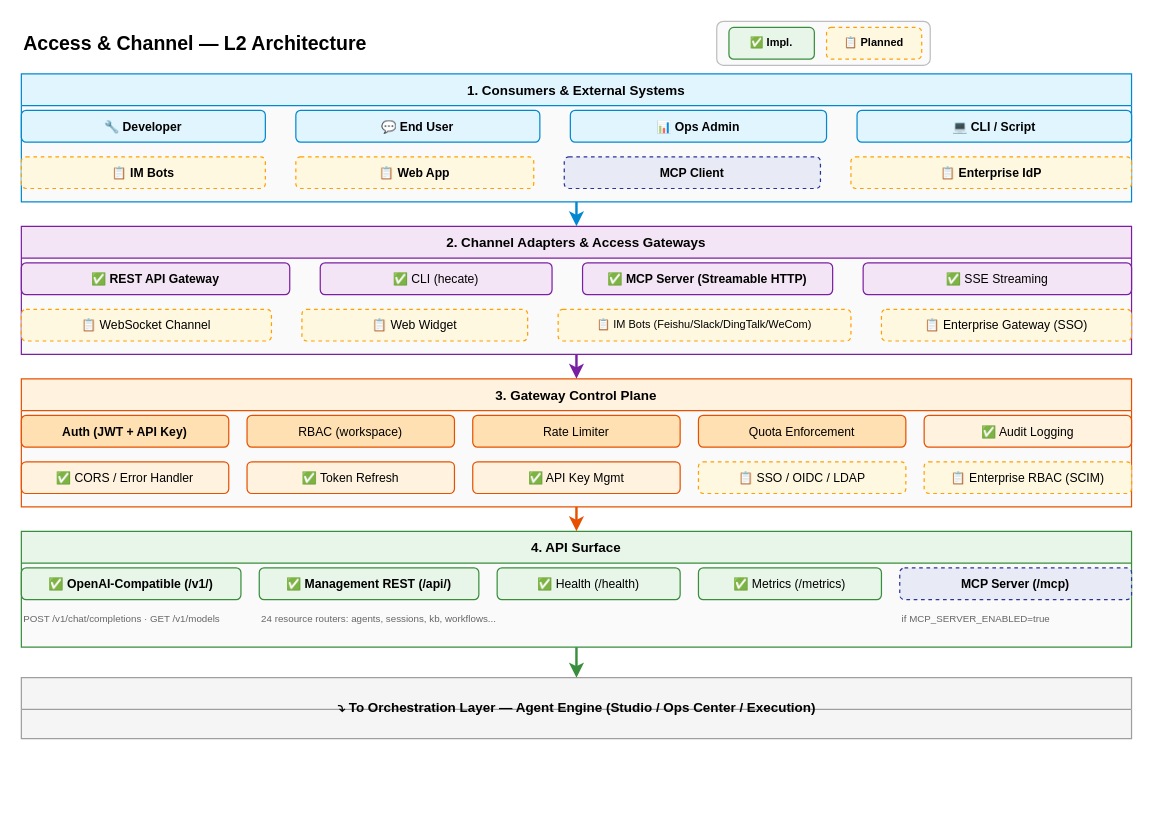
xueyufish/hecate keeps this draw.io diagram as docs/design/hardware/access-channel-l2.drawio. Above is the earlier version. Source tidied: cells renumbered, new cells numbered last; positions are measured from the earlier drawing's top-left corner, leaving out a move shared by most shapes. Both pictures are drawn from the tidied source at 122%, with x=0, y=0 at pixel (21, 21).
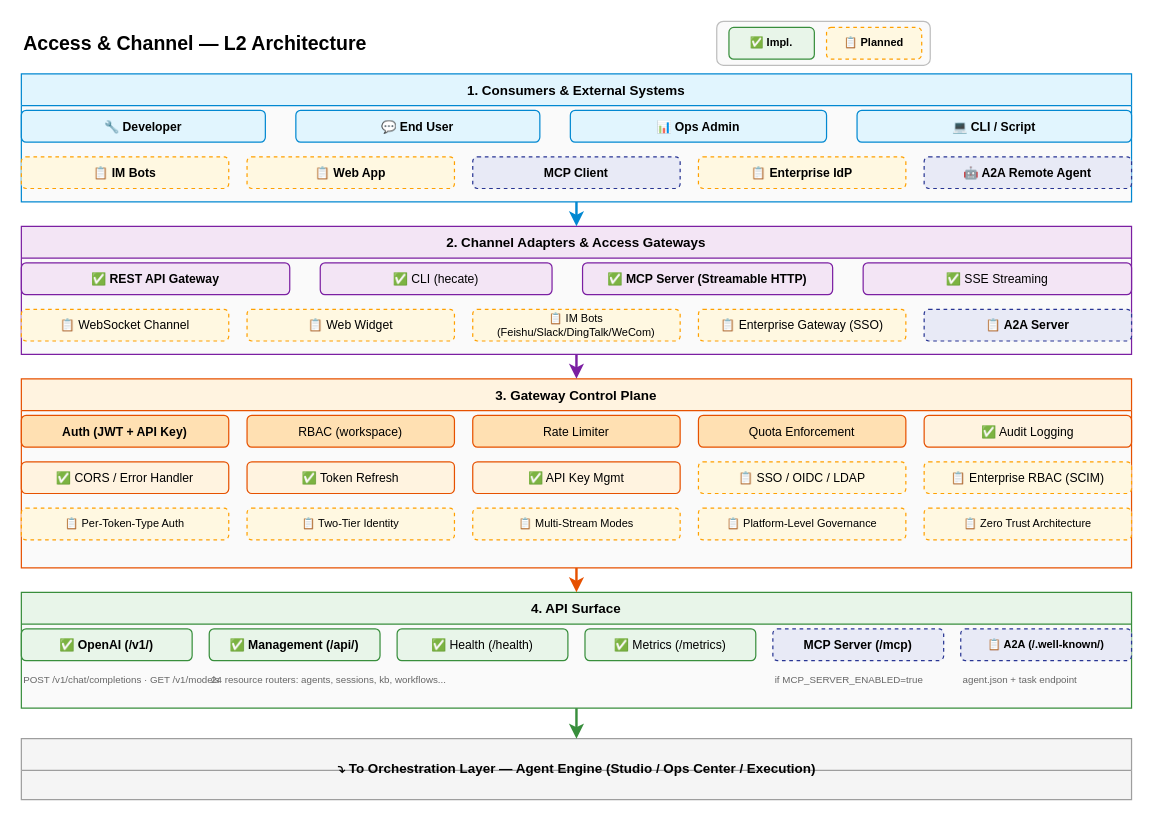
The same diagram, later.

Unchanged cells that the change refers to:
```xml
<mxCell id="6" value="1. Consumers &amp; External Systems" style="swimlane;startSize=26;fillColor=#E1F5FE;strokeColor=#0288D1;fontSize=11;fontStyle=1;swimlaneFillColor=#FAFAFA;" parent="1" vertex="1">
  <mxGeometry y="43" width="910" height="105" as="geometry" />
</mxCell>
<mxCell id="15" value="2. Channel Adapters &amp; Access Gateways" style="swimlane;startSize=26;fillColor=#F3E5F5;strokeColor=#7B1FA2;fontSize=11;fontStyle=1;swimlaneFillColor=#FAFAFA;" parent="1" vertex="1">
  <mxGeometry y="168" width="910" height="105" as="geometry" />
</mxCell>
```

Change to the diagram source:
```diff
@@
     <mxCell id="11" value="📋 IM Bots" style="rounded=1;whiteSpace=wrap;html=1;fillColor=#FFF8E1;strokeColor=#FFA000;fontSize=10;fontStyle=1;dashed=1;" parent="6" vertex="1">
-      <mxGeometry y="68" width="200" height="26" as="geometry" />
+      <mxGeometry y="68" width="170" height="26" as="geometry" />
     </mxCell>
     <mxCell id="12" value="📋 Web App" style="rounded=1;whiteSpace=wrap;html=1;fillColor=#FFF8E1;strokeColor=#FFA000;fontSize=10;fontStyle=1;dashed=1;" parent="6" vertex="1">
-      <mxGeometry x="225" y="68" width="195" height="26" as="geometry" />
+      <mxGeometry x="185" y="68" width="170" height="26" as="geometry" />
     </mxCell>
     <mxCell id="13" value="MCP Client" style="rounded=1;whiteSpace=wrap;html=1;fillColor=#E8EAF6;strokeColor=#283593;fontSize=10;fontStyle=1;dashed=1;" parent="6" vertex="1">
-      <mxGeometry x="445" y="68" width="210" height="26" as="geometry" />
+      <mxGeometry x="370" y="68" width="170" height="26" as="geometry" />
     </mxCell>
     <mxCell id="14" value="📋 Enterprise IdP" style="rounded=1;whiteSpace=wrap;html=1;fillColor=#FFF8E1;strokeColor=#FFA000;fontSize=10;fontStyle=1;dashed=1;" parent="6" vertex="1">
-      <mxGeometry x="680" y="68" width="230" height="26" as="geometry" />
+      <mxGeometry x="555" y="68" width="170" height="26" as="geometry" />
     </mxCell>
+    <mxCell id="50" value="🤖 A2A Remote Agent" style="rounded=1;whiteSpace=wrap;html=1;fillColor=#E8EAF6;strokeColor=#283593;fontSize=10;fontStyle=1;dashed=1;" parent="6" vertex="1">
+      <mxGeometry x="740" y="68" width="170" height="26" as="geometry" />
+    </mxCell>
@@
     <mxCell id="20" value="📋 WebSocket Channel" style="rounded=1;whiteSpace=wrap;html=1;fillColor=#FFF8E1;strokeColor=#FFA000;fontSize=10;dashed=1;" parent="15" vertex="1">
-      <mxGeometry y="68" width="205" height="26" as="geometry" />
+      <mxGeometry y="68" width="170" height="26" as="geometry" />
     </mxCell>
     <mxCell id="21" value="📋 Web Widget" style="rounded=1;whiteSpace=wrap;html=1;fillColor=#FFF8E1;strokeColor=#FFA000;fontSize=10;dashed=1;" parent="15" vertex="1">
-      <mxGeometry x="230" y="68" width="185" height="26" as="geometry" />
+      <mxGeometry x="185" y="68" width="170" height="26" as="geometry" />
     </mxCell>
     <mxCell id="22" value="📋 IM Bots (Feishu/Slack/DingTalk/WeCom)" style="rounded=1;whiteSpace=wrap;html=1;fillColor=#FFF8E1;strokeColor=#FFA000;fontSize=9;dashed=1;" parent="15" vertex="1">
-      <mxGeometry x="440" y="68" width="240" height="26" as="geometry" />
+      <mxGeometry x="370" y="68" width="170" height="26" as="geometry" />
     </mxCell>
     <mxCell id="23" value="📋 Enterprise Gateway (SSO)" style="rounded=1;whiteSpace=wrap;html=1;fillColor=#FFF8E1;strokeColor=#FFA000;fontSize=10;dashed=1;" parent="15" vertex="1">
-      <mxGeometry x="705" y="68" width="205" height="26" as="geometry" />
+      <mxGeometry x="555" y="68" width="170" height="26" as="geometry" />
     </mxCell>
+    <mxCell id="51" value="📋 A2A Server" style="rounded=1;whiteSpace=wrap;html=1;fillColor=#E8EAF6;strokeColor=#283593;fontSize=10;fontStyle=1;dashed=1;" parent="15" vertex="1">
+      <mxGeometry x="740" y="68" width="170" height="26" as="geometry" />
+    </mxCell>
     <mxCell id="24" value="3. Gateway Control Plane" style="swimlane;startSize=26;fillColor=#FFF3E0;strokeColor=#E65100;fontSize=11;fontStyle=1;swimlaneFillColor=#FAFAFA;" parent="1" vertex="1">
-      <mxGeometry y="293" width="910" height="105" as="geometry" />
+      <mxGeometry y="293" width="910" height="155" as="geometry" />
     </mxCell>
@@
+    <mxCell id="52" value="📋 Per-Token-Type Auth" style="rounded=1;whiteSpace=wrap;html=1;fillColor=#FFF8E1;strokeColor=#FFA000;fontSize=9;dashed=1;" parent="24" vertex="1">
+      <mxGeometry y="106" width="170" height="26" as="geometry" />
+    </mxCell>
+    <mxCell id="53" value="📋 Two-Tier Identity" style="rounded=1;whiteSpace=wrap;html=1;fillColor=#FFF8E1;strokeColor=#FFA000;fontSize=9;dashed=1;" parent="24" vertex="1">
+      <mxGeometry x="185" y="106" width="170" height="26" as="geometry" />
+    </mxCell>
+    <mxCell id="54" value="📋 Multi-Stream Modes" style="rounded=1;whiteSpace=wrap;html=1;fillColor=#FFF8E1;strokeColor=#FFA000;fontSize=9;dashed=1;" parent="24" vertex="1">
+      <mxGeometry x="370" y="106" width="170" height="26" as="geometry" />
+    </mxCell>
+    <mxCell id="55" value="📋 Platform-Level Governance" style="rounded=1;whiteSpace=wrap;html=1;fillColor=#FFF8E1;strokeColor=#FFA000;fontSize=9;dashed=1;" parent="24" vertex="1">
+      <mxGeometry x="555" y="106" width="170" height="26" as="geometry" />
+    </mxCell>
+    <mxCell id="56" value="📋 Zero Trust Architecture" style="rounded=1;whiteSpace=wrap;html=1;fillColor=#FFF8E1;strokeColor=#FFA000;fontSize=9;dashed=1;" parent="24" vertex="1">
+      <mxGeometry x="740" y="106" width="170" height="26" as="geometry" />
+    </mxCell>
     <mxCell id="35" value="4. API Surface" style="swimlane;startSize=26;fillColor=#E8F5E9;strokeColor=#388E3C;fontSize=11;fontStyle=1;swimlaneFillColor=#FAFAFA;" parent="1" vertex="1">
-      <mxGeometry y="418" width="910" height="95" as="geometry" />
+      <mxGeometry y="468" width="910" height="95" as="geometry" />
     </mxCell>
-    <mxCell id="36" value="✅ OpenAI-Compatible (/v1/)" style="rounded=1;whiteSpace=wrap;html=1;fillColor=#E8F5E9;strokeColor=#388E3C;fontSize=10;fontStyle=1;" parent="35" vertex="1">
-      <mxGeometry y="30" width="180" height="26" as="geometry" />
+    <mxCell id="36" value="✅ OpenAI (/v1/)" style="rounded=1;whiteSpace=wrap;html=1;fillColor=#E8F5E9;strokeColor=#388E3C;fontSize=10;fontStyle=1;" parent="35" vertex="1">
+      <mxGeometry y="30" width="140" height="26" as="geometry" />
     </mxCell>
-    <mxCell id="37" value="✅ Management REST (/api/)" style="rounded=1;whiteSpace=wrap;html=1;fillColor=#E8F5E9;strokeColor=#388E3C;fontSize=10;fontStyle=1;" parent="35" vertex="1">
-      <mxGeometry x="195" y="30" width="180" height="26" as="geometry" />
+    <mxCell id="37" value="✅ Management (/api/)" style="rounded=1;whiteSpace=wrap;html=1;fillColor=#E8F5E9;strokeColor=#388E3C;fontSize=10;fontStyle=1;" parent="35" vertex="1">
+      <mxGeometry x="154" y="30" width="140" height="26" as="geometry" />
     </mxCell>
     <mxCell id="38" value="✅ Health (/health)" style="rounded=1;whiteSpace=wrap;html=1;fillColor=#E8F5E9;strokeColor=#388E3C;fontSize=10;" parent="35" vertex="1">
-      <mxGeometry x="390" y="30" width="150" height="26" as="geometry" />
+      <mxGeometry x="308" y="30" width="140" height="26" as="geometry" />
     </mxCell>
     <mxCell id="39" value="✅ Metrics (/metrics)" style="rounded=1;whiteSpace=wrap;html=1;fillColor=#E8F5E9;strokeColor=#388E3C;fontSize=10;" parent="35" vertex="1">
-      <mxGeometry x="555" y="30" width="150" height="26" as="geometry" />
+      <mxGeometry x="462" y="30" width="140" height="26" as="geometry" />
     </mxCell>
     <mxCell id="40" value="MCP Server (/mcp)" style="rounded=1;whiteSpace=wrap;html=1;fillColor=#E8EAF6;strokeColor=#283593;fontSize=10;dashed=1;fontStyle=1;" parent="35" vertex="1">
-      <mxGeometry x="720" y="30" width="190" height="26" as="geometry" />
+      <mxGeometry x="616" y="30" width="140" height="26" as="geometry" />
     </mxCell>
+    <mxCell id="57" value="📋 A2A (/.well-known/)" style="rounded=1;whiteSpace=wrap;html=1;fillColor=#E8EAF6;strokeColor=#283593;fontSize=9;dashed=1;fontStyle=1;" parent="35" vertex="1">
+      <mxGeometry x="770" y="30" width="140" height="26" as="geometry" />
+    </mxCell>
     <mxCell id="41" value="POST /v1/chat/completions · GET /v1/models" style="text;html=1;fontSize=8;align=left;verticalAlign=middle;fillColor=none;strokeColor=none;fontColor=#666666;" parent="35" vertex="1">
-      <mxGeometry y="58" width="180" height="28" as="geometry" />
+      <mxGeometry y="58" width="140" height="28" as="geometry" />
     </mxCell>
     <mxCell id="42" value="24 resource routers: agents, sessions, kb, workflows..." style="text;html=1;fontSize=8;align=left;verticalAlign=middle;fillColor=none;strokeColor=none;fontColor=#666666;" parent="35" vertex="1">
-      <mxGeometry x="195" y="58" width="180" height="28" as="geometry" />
+      <mxGeometry x="154" y="58" width="140" height="28" as="geometry" />
     </mxCell>
     <mxCell id="43" value="if MCP_SERVER_ENABLED=true" style="text;html=1;fontSize=8;align=left;verticalAlign=middle;fillColor=none;strokeColor=none;fontColor=#666666;" parent="35" vertex="1">
-      <mxGeometry x="720" y="58" width="190" height="28" as="geometry" />
+      <mxGeometry x="616" y="58" width="140" height="28" as="geometry" />
     </mxCell>
+    <mxCell id="58" value="agent.json + task endpoint" style="text;html=1;fontSize=8;align=left;verticalAlign=middle;fillColor=none;strokeColor=none;fontColor=#666666;" parent="35" vertex="1">
+      <mxGeometry x="770" y="58" width="140" height="28" as="geometry" />
+    </mxCell>
     <mxCell id="44" style="swimlane;startSize=26;fillColor=#F5F5F5;strokeColor=#9E9E9E;fontSize=11;fontStyle=1;swimlaneFillColor=#F5F5F5;" parent="1" vertex="1">
-      <mxGeometry y="538" width="910" height="50" as="geometry" />
+      <mxGeometry y="588" width="910" height="50" as="geometry" />
     </mxCell>
```
